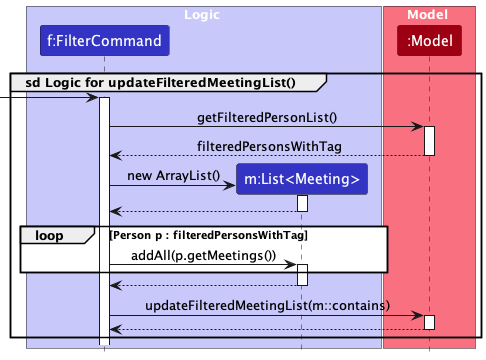
Above: docs/images/FilterSequenceDiagram_2.png in sethteo/tp (PlantUML), before the change.
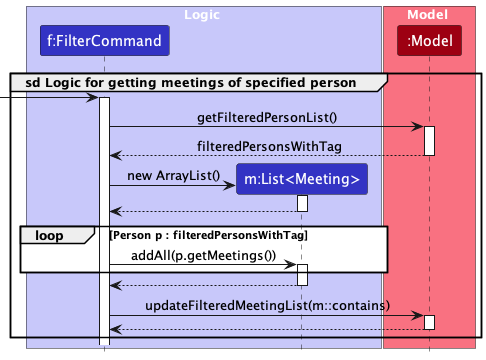
After the change.

Change to the diagram source:
```diff
@@ -1,5 +1,5 @@
 @startuml
-group sd Logic for updateFilteredMeetingList()
+group sd Logic for getting meetings of specified person
     !include style.puml
     skinparam ArrowFontStyle plain
     skinparam sequenceReferenceBackgroundColor white
```
